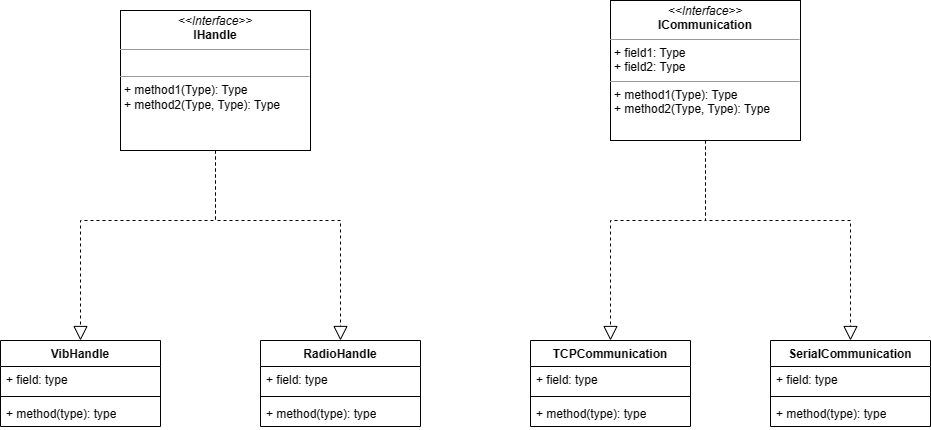
Durpe/Drawio keeps this draw.io diagram as 理疗/理疗.drawio.png. Above is the earlier version. Source tidied: cells renumbered, new cells last; positions are measured from the earlier drawing's top-left corner, leaving out a move shared by most shapes. The source it was exported from:
```xml
<mxGraphModel>
  <root>
    <mxCell id="0" />
    <mxCell id="1" parent="0" />
    <mxCell id="2" value="&lt;p style=&quot;margin:0px;margin-top:4px;text-align:center;&quot;&gt;&lt;i&gt;&amp;lt;&amp;lt;Interface&amp;gt;&amp;gt;&lt;/i&gt;&lt;br&gt;&lt;b&gt;IHandle&lt;/b&gt;&lt;/p&gt;&lt;hr size=&quot;1&quot;&gt;&lt;p style=&quot;margin:0px;margin-left:4px;&quot;&gt;&lt;br&gt;&lt;/p&gt;&lt;hr size=&quot;1&quot;&gt;&lt;p style=&quot;margin:0px;margin-left:4px;&quot;&gt;+ method1(Type): Type&lt;br&gt;+ method2(Type, Type): Type&lt;/p&gt;" style="verticalAlign=top;align=left;overflow=fill;fontSize=12;fontFamily=Helvetica;html=1;whiteSpace=wrap;" parent="1" vertex="1">
      <mxGeometry x="120" y="10" width="190" height="140" as="geometry" />
    </mxCell>
    <mxCell id="3" value="VibHandle" style="swimlane;fontStyle=1;align=center;verticalAlign=top;horizontal=1;startSize=26;whiteSpace=wrap;html=1;" parent="1" vertex="1">
      <mxGeometry y="340" width="160" height="86" as="geometry" />
    </mxCell>
    <mxCell id="4" value="+ field: type" style="text;strokeColor=none;fillColor=none;align=left;verticalAlign=top;spacingLeft=4;spacingRight=4;overflow=hidden;whiteSpace=wrap;html=1;" parent="3" vertex="1">
      <mxGeometry y="26" width="160" height="26" as="geometry" />
    </mxCell>
    <mxCell id="5" style="line;strokeWidth=1;fillColor=none;align=left;verticalAlign=middle;spacingTop=-1;spacingLeft=3;spacingRight=3;labelPosition=right;strokeColor=inherit;" parent="3" vertex="1">
      <mxGeometry y="52" width="160" height="8" as="geometry" />
    </mxCell>
    <mxCell id="6" value="+ method(type): type" style="text;strokeColor=none;fillColor=none;align=left;verticalAlign=top;spacingLeft=4;spacingRight=4;overflow=hidden;whiteSpace=wrap;html=1;" parent="3" vertex="1">
      <mxGeometry y="60" width="160" height="26" as="geometry" />
    </mxCell>
    <mxCell id="7" style="endArrow=block;dashed=1;endFill=0;endSize=12;html=1;rounded=0;exitX=0.5;exitY=1;exitDx=0;exitDy=0;entryX=0.5;entryY=0;entryDx=0;entryDy=0;" parent="1" edge="1" source="2" target="3">
      <mxGeometry relative="1" as="geometry">
        <Array as="points">
          <mxPoint x="215" y="220" />
          <mxPoint x="80" y="220" />
        </Array>
      </mxGeometry>
    </mxCell>
    <mxCell id="8" value="RadioHandle" style="swimlane;fontStyle=1;align=center;verticalAlign=top;horizontal=1;startSize=26;whiteSpace=wrap;html=1;" parent="1" vertex="1">
      <mxGeometry x="260" y="340" width="160" height="86" as="geometry" />
    </mxCell>
    <mxCell id="9" value="+ field: type" style="text;strokeColor=none;fillColor=none;align=left;verticalAlign=top;spacingLeft=4;spacingRight=4;overflow=hidden;whiteSpace=wrap;html=1;" parent="8" vertex="1">
      <mxGeometry y="26" width="160" height="26" as="geometry" />
    </mxCell>
    <mxCell id="10" style="line;strokeWidth=1;fillColor=none;align=left;verticalAlign=middle;spacingTop=-1;spacingLeft=3;spacingRight=3;labelPosition=right;strokeColor=inherit;" parent="8" vertex="1">
      <mxGeometry y="52" width="160" height="8" as="geometry" />
    </mxCell>
    <mxCell id="11" value="+ method(type): type" style="text;strokeColor=none;fillColor=none;align=left;verticalAlign=top;spacingLeft=4;spacingRight=4;overflow=hidden;whiteSpace=wrap;html=1;" parent="8" vertex="1">
      <mxGeometry y="60" width="160" height="26" as="geometry" />
    </mxCell>
    <mxCell id="12" style="endArrow=block;dashed=1;endFill=0;endSize=12;html=1;rounded=0;exitX=0.5;exitY=1;exitDx=0;exitDy=0;entryX=0.5;entryY=0;entryDx=0;entryDy=0;" parent="1" edge="1" source="2" target="8">
      <mxGeometry relative="1" as="geometry">
        <Array as="points">
          <mxPoint x="215" y="220" />
          <mxPoint x="340" y="220" />
        </Array>
      </mxGeometry>
    </mxCell>
    <mxCell id="13" value="&lt;p style=&quot;margin:0px;margin-top:4px;text-align:center;&quot;&gt;&lt;i&gt;&amp;lt;&amp;lt;Interface&amp;gt;&amp;gt;&lt;/i&gt;&lt;br&gt;&lt;b&gt;ICommunication&lt;/b&gt;&lt;/p&gt;&lt;hr size=&quot;1&quot;&gt;&lt;p style=&quot;margin:0px;margin-left:4px;&quot;&gt;+ field1: Type&lt;br&gt;+ field2: Type&lt;/p&gt;&lt;hr size=&quot;1&quot;&gt;&lt;p style=&quot;margin:0px;margin-left:4px;&quot;&gt;+ method1(Type): Type&lt;br&gt;+ method2(Type, Type): Type&lt;/p&gt;" style="verticalAlign=top;align=left;overflow=fill;fontSize=12;fontFamily=Helvetica;html=1;whiteSpace=wrap;" parent="1" vertex="1">
      <mxGeometry x="610" width="190" height="140" as="geometry" />
    </mxCell>
    <mxCell id="14" value="TCPCommunication" style="swimlane;fontStyle=1;align=center;verticalAlign=top;horizontal=1;startSize=26;whiteSpace=wrap;html=1;" parent="1" vertex="1">
      <mxGeometry x="530" y="340" width="160" height="86" as="geometry" />
    </mxCell>
    <mxCell id="15" value="+ field: type" style="text;strokeColor=none;fillColor=none;align=left;verticalAlign=top;spacingLeft=4;spacingRight=4;overflow=hidden;whiteSpace=wrap;html=1;" parent="14" vertex="1">
      <mxGeometry y="26" width="160" height="26" as="geometry" />
    </mxCell>
    <mxCell id="16" style="line;strokeWidth=1;fillColor=none;align=left;verticalAlign=middle;spacingTop=-1;spacingLeft=3;spacingRight=3;labelPosition=right;strokeColor=inherit;" parent="14" vertex="1">
      <mxGeometry y="52" width="160" height="8" as="geometry" />
    </mxCell>
    <mxCell id="17" value="+ method(type): type" style="text;strokeColor=none;fillColor=none;align=left;verticalAlign=top;spacingLeft=4;spacingRight=4;overflow=hidden;whiteSpace=wrap;html=1;" parent="14" vertex="1">
      <mxGeometry y="60" width="160" height="26" as="geometry" />
    </mxCell>
    <mxCell id="18" value="SerialCommunication" style="swimlane;fontStyle=1;align=center;verticalAlign=top;horizontal=1;startSize=26;whiteSpace=wrap;html=1;" parent="1" vertex="1">
      <mxGeometry x="770" y="340" width="160" height="86" as="geometry" />
    </mxCell>
    <mxCell id="19" value="+ field: type" style="text;strokeColor=none;fillColor=none;align=left;verticalAlign=top;spacingLeft=4;spacingRight=4;overflow=hidden;whiteSpace=wrap;html=1;" parent="18" vertex="1">
      <mxGeometry y="26" width="160" height="26" as="geometry" />
    </mxCell>
    <mxCell id="20" style="line;strokeWidth=1;fillColor=none;align=left;verticalAlign=middle;spacingTop=-1;spacingLeft=3;spacingRight=3;labelPosition=right;strokeColor=inherit;" parent="18" vertex="1">
      <mxGeometry y="52" width="160" height="8" as="geometry" />
    </mxCell>
    <mxCell id="21" value="+ method(type): type" style="text;strokeColor=none;fillColor=none;align=left;verticalAlign=top;spacingLeft=4;spacingRight=4;overflow=hidden;whiteSpace=wrap;html=1;" parent="18" vertex="1">
      <mxGeometry y="60" width="160" height="26" as="geometry" />
    </mxCell>
    <mxCell id="22" style="endArrow=block;dashed=1;endFill=0;endSize=12;html=1;rounded=0;exitX=0.5;exitY=1;exitDx=0;exitDy=0;entryX=0.5;entryY=0;entryDx=0;entryDy=0;" parent="1" edge="1" source="13" target="14">
      <mxGeometry relative="1" as="geometry">
        <Array as="points">
          <mxPoint x="705" y="220" />
          <mxPoint x="610" y="220" />
        </Array>
      </mxGeometry>
    </mxCell>
    <mxCell id="23" style="endArrow=block;dashed=1;endFill=0;endSize=12;html=1;rounded=0;exitX=0.5;exitY=1;exitDx=0;exitDy=0;entryX=0.5;entryY=0;entryDx=0;entryDy=0;" parent="1" edge="1" source="13" target="18">
      <mxGeometry relative="1" as="geometry">
        <Array as="points">
          <mxPoint x="705" y="220" />
          <mxPoint x="850" y="220" />
        </Array>
      </mxGeometry>
    </mxCell>
  </root>
</mxGraphModel>
```
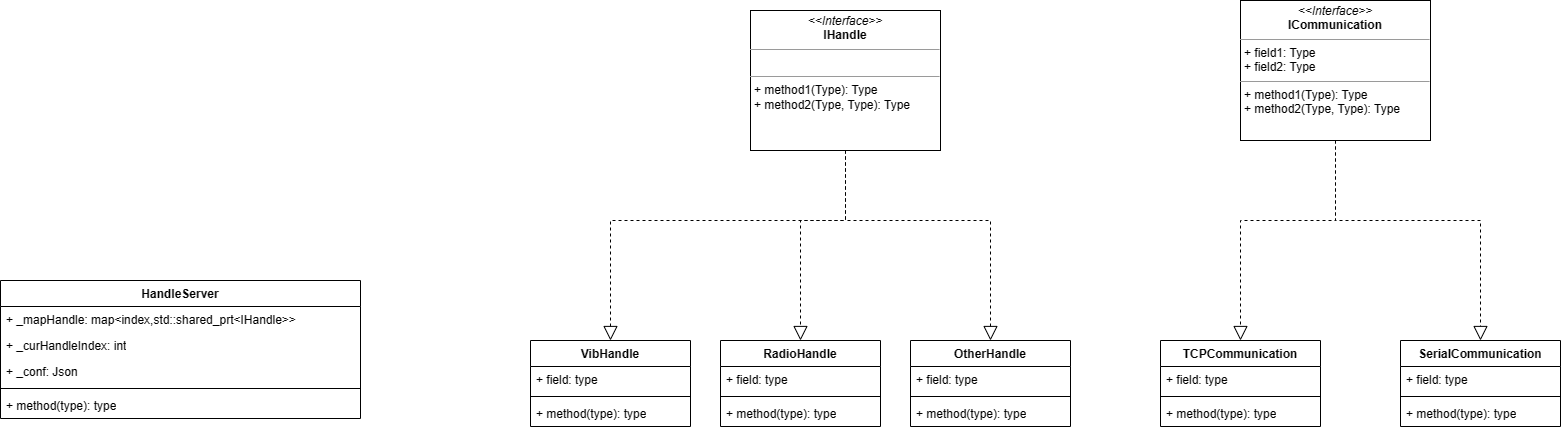
Above is the later version.

What changed in the source:
```diff
@@ -6,7 +6,7 @@
       <mxGeometry x="120" y="10" width="190" height="140" as="geometry" />
     </mxCell>
     <mxCell id="3" value="VibHandle" style="swimlane;fontStyle=1;align=center;verticalAlign=top;horizontal=1;startSize=26;whiteSpace=wrap;html=1;" parent="1" vertex="1">
-      <mxGeometry y="340" width="160" height="86" as="geometry" />
+      <mxGeometry x="-100" y="340" width="160" height="86" as="geometry" />
     </mxCell>
     <mxCell id="4" value="+ field: type" style="text;strokeColor=none;fillColor=none;align=left;verticalAlign=top;spacingLeft=4;spacingRight=4;overflow=hidden;whiteSpace=wrap;html=1;" parent="3" vertex="1">
       <mxGeometry y="26" width="160" height="26" as="geometry" />
@@ -21,12 +21,12 @@
       <mxGeometry relative="1" as="geometry">
         <Array as="points">
           <mxPoint x="215" y="220" />
-          <mxPoint x="80" y="220" />
+          <mxPoint x="-20" y="220" />
         </Array>
       </mxGeometry>
     </mxCell>
     <mxCell id="8" value="RadioHandle" style="swimlane;fontStyle=1;align=center;verticalAlign=top;horizontal=1;startSize=26;whiteSpace=wrap;html=1;" parent="1" vertex="1">
-      <mxGeometry x="260" y="340" width="160" height="86" as="geometry" />
+      <mxGeometry x="90" y="340" width="160" height="86" as="geometry" />
     </mxCell>
     <mxCell id="9" value="+ field: type" style="text;strokeColor=none;fillColor=none;align=left;verticalAlign=top;spacingLeft=4;spacingRight=4;overflow=hidden;whiteSpace=wrap;html=1;" parent="8" vertex="1">
       <mxGeometry y="26" width="160" height="26" as="geometry" />
@@ -41,7 +41,7 @@
       <mxGeometry relative="1" as="geometry">
         <Array as="points">
           <mxPoint x="215" y="220" />
-          <mxPoint x="340" y="220" />
+          <mxPoint x="170" y="220" />
         </Array>
       </mxGeometry>
     </mxCell>
@@ -88,5 +88,43 @@
         </Array>
       </mxGeometry>
     </mxCell>
+    <mxCell id="24" value="OtherHandle" style="swimlane;fontStyle=1;align=center;verticalAlign=top;horizontal=1;startSize=26;whiteSpace=wrap;html=1;" parent="1" vertex="1">
+      <mxGeometry x="280" y="340" width="160" height="86" as="geometry" />
+    </mxCell>
+    <mxCell id="25" value="+ field: type" style="text;strokeColor=none;fillColor=none;align=left;verticalAlign=top;spacingLeft=4;spacingRight=4;overflow=hidden;whiteSpace=wrap;html=1;" parent="24" vertex="1">
+      <mxGeometry y="26" width="160" height="26" as="geometry" />
+    </mxCell>
+    <mxCell id="26" style="line;strokeWidth=1;fillColor=none;align=left;verticalAlign=middle;spacingTop=-1;spacingLeft=3;spacingRight=3;labelPosition=right;strokeColor=inherit;" parent="24" vertex="1">
+      <mxGeometry y="52" width="160" height="8" as="geometry" />
+    </mxCell>
+    <mxCell id="27" value="+ method(type): type" style="text;strokeColor=none;fillColor=none;align=left;verticalAlign=top;spacingLeft=4;spacingRight=4;overflow=hidden;whiteSpace=wrap;html=1;" parent="24" vertex="1">
+      <mxGeometry y="60" width="160" height="26" as="geometry" />
+    </mxCell>
+    <mxCell id="28" style="endArrow=block;dashed=1;endFill=0;endSize=12;html=1;rounded=0;exitX=0.5;exitY=1;exitDx=0;exitDy=0;entryX=0.5;entryY=0;entryDx=0;entryDy=0;" parent="1" edge="1" source="2" target="24">
+      <mxGeometry relative="1" as="geometry">
+        <Array as="points">
+          <mxPoint x="215" y="220" />
+          <mxPoint x="360" y="220" />
+        </Array>
+      </mxGeometry>
+    </mxCell>
+    <mxCell id="29" value="HandleServer" style="swimlane;fontStyle=1;align=center;verticalAlign=top;horizontal=1;startSize=26;whiteSpace=wrap;html=1;" parent="1" vertex="1">
+      <mxGeometry x="-630" y="280" width="360" height="138" as="geometry" />
+    </mxCell>
+    <mxCell id="30" value="+ _mapHandle: map&amp;lt;index,std::shared_prt&amp;lt;IHandle&amp;gt;&amp;gt;" style="text;strokeColor=none;fillColor=none;align=left;verticalAlign=top;spacingLeft=4;spacingRight=4;overflow=hidden;whiteSpace=wrap;html=1;" parent="29" vertex="1">
+      <mxGeometry y="26" width="360" height="26" as="geometry" />
+    </mxCell>
+    <mxCell id="31" value="+ _curHandleIndex: int" style="text;strokeColor=none;fillColor=none;align=left;verticalAlign=top;spacingLeft=4;spacingRight=4;overflow=hidden;whiteSpace=wrap;html=1;" parent="29" vertex="1">
+      <mxGeometry y="52" width="360" height="26" as="geometry" />
+    </mxCell>
+    <mxCell id="32" value="+ _conf: Json" style="text;strokeColor=none;fillColor=none;align=left;verticalAlign=top;spacingLeft=4;spacingRight=4;overflow=hidden;whiteSpace=wrap;html=1;" parent="29" vertex="1">
+      <mxGeometry y="78" width="360" height="26" as="geometry" />
+    </mxCell>
+    <mxCell id="33" style="line;strokeWidth=1;fillColor=none;align=left;verticalAlign=middle;spacingTop=-1;spacingLeft=3;spacingRight=3;labelPosition=right;strokeColor=inherit;" parent="29" vertex="1">
+      <mxGeometry y="104" width="360" height="8" as="geometry" />
+    </mxCell>
+    <mxCell id="34" value="+ method(type): type" style="text;strokeColor=none;fillColor=none;align=left;verticalAlign=top;spacingLeft=4;spacingRight=4;overflow=hidden;whiteSpace=wrap;html=1;" parent="29" vertex="1">
+      <mxGeometry y="112" width="360" height="26" as="geometry" />
+    </mxCell>
   </root>
 </mxGraphModel>
```
